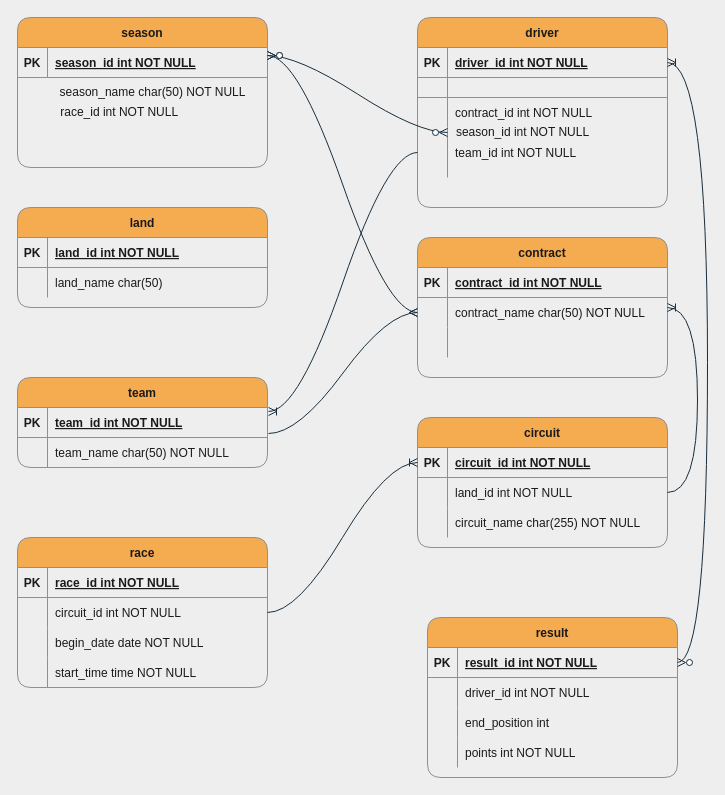
Earlier version of the draw.io diagram Untitled Diagram.drawio (Jelmer-Ketelaar/ERD). Source tidied: cells renumbered, new cells numbered last; positions are measured from the earlier drawing's top-left corner, leaving out a move shared by most shapes. Both pictures are drawn from the tidied source at 100%, with x=0, y=0 at pixel (17, 17).
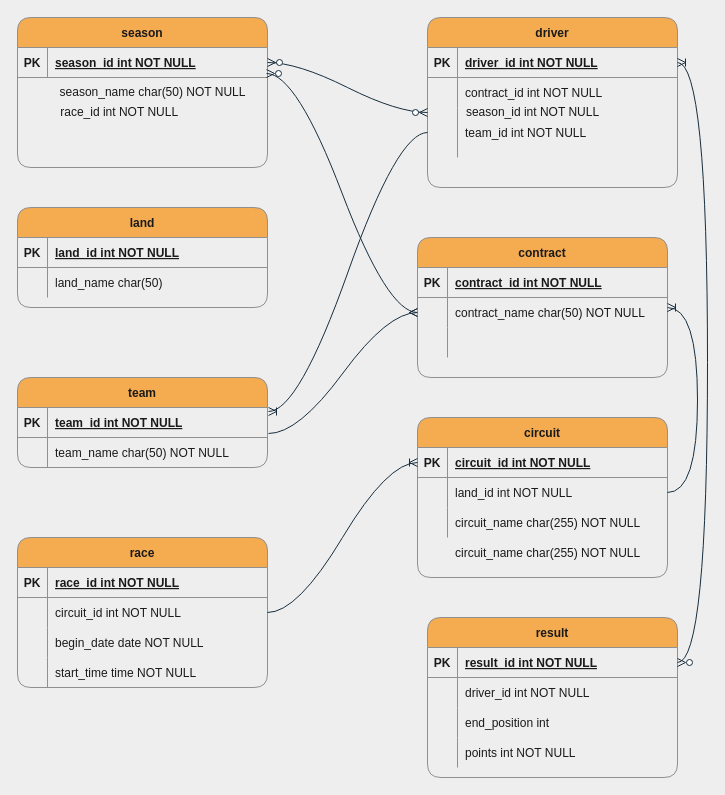
After the change.

The change refers to these unchanged cells:
```xml
<mxCell id="3" style="shape=partialRectangle;fillColor=none;points=[[0,0.5],[1,0.5]];portConstraint=eastwest;top=0;left=0;right=0;bottom=1;rounded=1;strokeColor=#909090;fontColor=#1A1A1A;" parent="2" vertex="1">
  <mxGeometry y="30" width="250" height="30" as="geometry" />
</mxCell>
<mxCell id="81" style="shape=partialRectangle;fillColor=none;points=[[0,0.5],[1,0.5]];portConstraint=eastwest;top=0;left=0;right=0;bottom=0;rounded=1;strokeColor=#909090;fontColor=#1A1A1A;" parent="77" vertex="1">
  <mxGeometry y="60" width="250" height="30" as="geometry" />
</mxCell>
```

What changed in the source:
```diff
@@
     <mxCell id="7" value="driver" style="shape=table;startSize=30;childLayout=tableLayout;rowLines=0;fontStyle=1;align=center;rounded=1;fillColor=#F5AB50;strokeColor=#909090;fontColor=#1A1A1A;" parent="1" vertex="1">
-      <mxGeometry x="400" width="250" height="190" as="geometry" />
+      <mxGeometry x="410" width="250" height="170" as="geometry" />
     </mxCell>
@@
-    <mxCell id="11" style="shape=partialRectangle;fillColor=none;top=0;left=0;right=0;bottom=1;rounded=1;strokeColor=#909090;fontColor=#1A1A1A;" parent="7" vertex="1">
-      <mxGeometry y="60" width="250" height="20" as="geometry" />
-    </mxCell>
-    <mxCell id="12" style="shape=partialRectangle;overflow=hidden;fillColor=none;top=0;left=0;bottom=0;right=0;fontStyle=1;rounded=1;strokeColor=#909090;fontColor=#1A1A1A;" parent="11" vertex="1">
-      <mxGeometry width="30" height="20" as="geometry" />
-    </mxCell>
-    <mxCell id="13" style="shape=partialRectangle;overflow=hidden;fillColor=none;top=0;left=0;bottom=0;right=0;align=left;spacingLeft=6;fontStyle=5;rounded=1;strokeColor=#909090;fontColor=#1A1A1A;" parent="11" vertex="1">
-      <mxGeometry x="30" width="220" height="20" as="geometry" />
-    </mxCell>
     <mxCell id="14" style="shape=partialRectangle;fillColor=none;top=0;left=0;right=0;bottom=0;rounded=1;strokeColor=#909090;fontColor=#1A1A1A;" parent="7" vertex="1">
-      <mxGeometry y="80" width="250" height="30" as="geometry" />
+      <mxGeometry y="60" width="250" height="30" as="geometry" />
     </mxCell>
@@
     <mxCell id="17" style="shape=partialRectangle;fillColor=none;points=[[0,0.5],[1,0.5]];portConstraint=eastwest;top=0;left=0;right=0;bottom=0;rounded=1;strokeColor=#909090;fontColor=#1A1A1A;" parent="7" vertex="1">
-      <mxGeometry y="110" width="250" height="50" as="geometry" />
+      <mxGeometry y="90" width="250" height="50" as="geometry" />
     </mxCell>
@@
     <mxCell id="34" value="circuit" style="shape=table;startSize=30;childLayout=tableLayout;rowLines=0;fontStyle=1;align=center;rounded=1;fillColor=#F5AB50;strokeColor=#909090;fontColor=#1A1A1A;" parent="1" vertex="1">
-      <mxGeometry x="400" y="400" width="250" height="130" as="geometry" />
+      <mxGeometry x="400" y="400" width="250" height="160" as="geometry" />
     </mxCell>
@@
     <mxCell id="57" value="season_id int NOT NULL" style="text;html=1;align=center;verticalAlign=middle;points=[];rounded=1;fontColor=#1A1A1A;" parent="1" vertex="1">
-      <mxGeometry x="430" y="105" width="150" height="20" as="geometry" />
+      <mxGeometry x="440" y="85" width="150" height="20" as="geometry" />
     </mxCell>
-    <mxCell id="58" style="edgeStyle=entityRelationEdgeStyle;fontSize=12;html=1;endArrow=ERzeroToMany;endFill=1;startArrow=ERzeroToMany;startFill=1;strokeColor=#182E3E;exitX=1;exitY=0.267;exitDx=0;exitDy=0;exitPerimeter=0;curved=1;labelBackgroundColor=#EEEEEE;fontColor=#1A1A1A;" parent="1" edge="1" source="3" target="57">
-      <mxGeometry relative="1" as="geometry" />
+    <mxCell id="58" style="edgeStyle=entityRelationEdgeStyle;fontSize=12;html=1;endArrow=ERzeroToMany;endFill=1;startArrow=ERzeroToMany;startFill=1;strokeColor=#182E3E;curved=1;labelBackgroundColor=#EEEEEE;fontColor=#1A1A1A;exitX=1;exitY=0.5;exitDx=0;exitDy=0;" parent="1" edge="1" source="3">
+      <mxGeometry relative="1" as="geometry">
+        <mxPoint x="410" y="95" as="targetPoint" />
+      </mxGeometry>
     </mxCell>
@@
-    <mxCell id="88" style="edgeStyle=entityRelationEdgeStyle;fontSize=12;html=1;endArrow=ERmany;endFill=0;strokeColor=#182E3E;entryX=0;entryY=0.5;entryDx=0;entryDy=0;startArrow=ERzeroToMany;startFill=1;curved=1;labelBackgroundColor=#EEEEEE;fontColor=#1A1A1A;" parent="1" edge="1" target="81">
-      <mxGeometry relative="1" as="geometry">
-        <mxPoint x="250" y="38" as="sourcePoint" />
-      </mxGeometry>
+    <mxCell id="88" style="edgeStyle=entityRelationEdgeStyle;fontSize=12;html=1;endArrow=ERmany;endFill=0;strokeColor=#182E3E;entryX=0;entryY=0.5;entryDx=0;entryDy=0;startArrow=ERzeroToMany;startFill=1;curved=1;labelBackgroundColor=#EEEEEE;fontColor=#1A1A1A;exitX=0.996;exitY=0.867;exitDx=0;exitDy=0;exitPerimeter=0;" parent="1" edge="1" source="3" target="81">
+      <mxGeometry relative="1" as="geometry" />
     </mxCell>
+    <mxCell id="89" value="circuit_name char(255) NOT NULL" style="shape=partialRectangle;fillColor=none;top=0;left=0;bottom=0;right=0;align=left;spacingLeft=6;overflow=hidden;rounded=1;strokeColor=#909090;fontColor=#1A1A1A;" parent="1" vertex="1">
+      <mxGeometry x="430" y="520" width="220" height="30" as="geometry" />
+    </mxCell>
```
